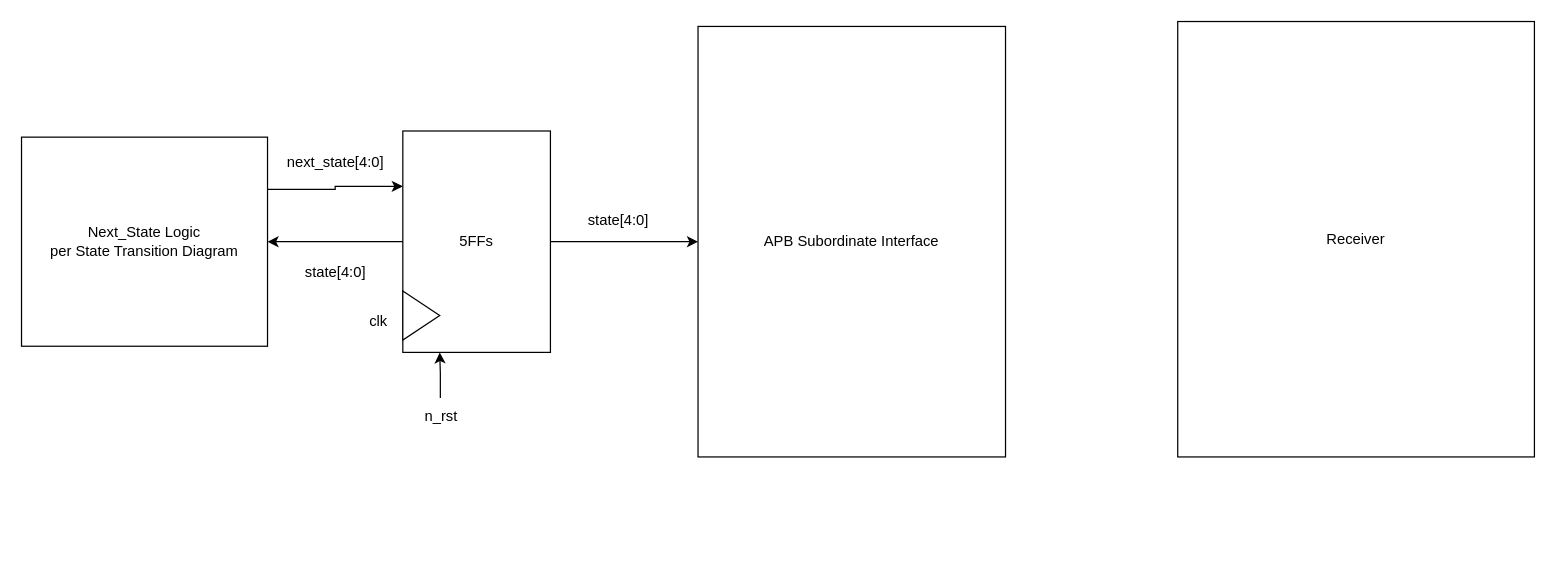
Charvles/ECE337 keeps this draw.io diagram as Lab 8.drawio. Above is the earlier version. Source tidied: cells renumbered, new cells numbered last; positions are measured from the earlier drawing's top-left corner, leaving out a move shared by most shapes. Both pictures are drawn from the tidied source at 123%, with x=0, y=0 at pixel (21, 21).
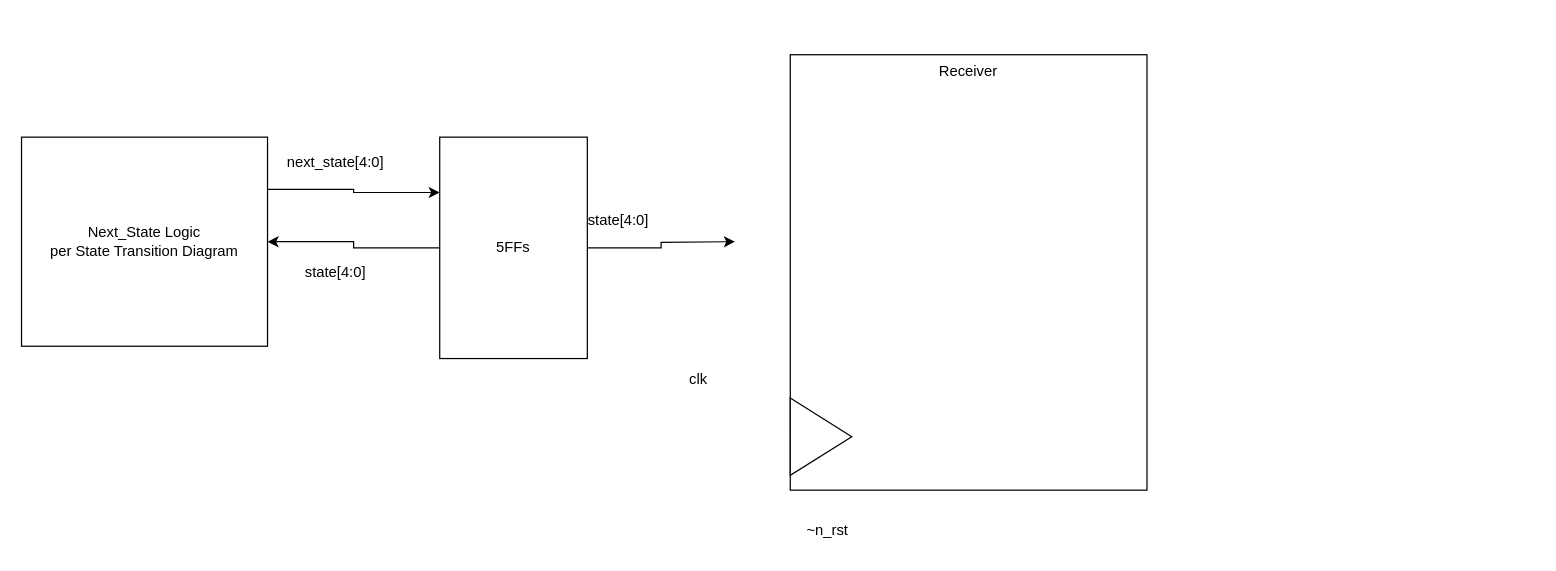
The same page after the edit.

What changed in the source:
```diff
@@
 <mxGraphModel>
   <root>
     <mxCell id="0" />
     <mxCell id="1" parent="0" />
-    <mxCell id="2" style="group;verticalAlign=bottom;align=right;labelPosition=center;verticalLabelPosition=top;" parent="1" vertex="1">
-      <mxGeometry x="550" y="4" width="250" height="350" as="geometry" />
-    </mxCell>
-    <mxCell id="3" value="APB Subordinate Interface" style="rounded=0;whiteSpace=wrap;html=1;" parent="2" vertex="1">
-      <mxGeometry width="250" height="350" as="geometry" />
-    </mxCell>
     <mxCell id="4" value="clk" style="text;html=1;align=center;verticalAlign=middle;strokeColor=none;fillColor=none;" parent="1" vertex="1">
-      <mxGeometry x="270" y="229" width="40" height="30" as="geometry" />
+      <mxGeometry x="530" y="276" width="40" height="30" as="geometry" />
     </mxCell>
-    <mxCell id="5" style="edgeStyle=orthogonalEdgeStyle;rounded=0;jettySize=auto;html=1;entryX=0.25;entryY=1;entryDx=0;entryDy=0;" parent="1" edge="1" source="6" target="13">
-      <mxGeometry relative="1" as="geometry" />
-    </mxCell>
-    <mxCell id="6" value="n_rst" style="text;html=1;align=center;verticalAlign=middle;points=[];strokeColor=none;fillColor=none;" parent="1" vertex="1">
-      <mxGeometry x="315.5" y="306" width="50" height="30" as="geometry" />
+    <mxCell id="6" value="~n_rst" style="text;html=1;align=center;verticalAlign=middle;points=[];strokeColor=none;fillColor=none;" parent="1" vertex="1">
+      <mxGeometry x="625" y="399" width="60" height="30" as="geometry" />
     </mxCell>
-    <mxCell id="7" value="&lt;div&gt;Receiver&lt;/div&gt;" style="rounded=0;whiteSpace=wrap;html=1;align=center;verticalAlign=middle;" parent="1" vertex="1">
-      <mxGeometry x="940" width="290" height="354" as="geometry" />
+    <mxCell id="7" value="&lt;div&gt;Receiver&lt;/div&gt;" style="rounded=0;whiteSpace=wrap;html=1;align=center;verticalAlign=top;" parent="1" vertex="1">
+      <mxGeometry x="625" y="27" width="290" height="354" as="geometry" />
     </mxCell>
     <mxCell id="8" style="edgeStyle=orthogonalEdgeStyle;rounded=0;jettySize=auto;html=1;exitX=1;exitY=0.25;exitDx=0;exitDy=0;entryX=0;entryY=0.25;entryDx=0;entryDy=0;" parent="1" edge="1" source="9" target="13">
       <mxGeometry relative="1" as="geometry" />
     </mxCell>
     <mxCell id="9" value="&lt;div&gt;Next_State Logic&lt;/div&gt;&lt;div&gt;per State Transition Diagram&lt;/div&gt;" style="rounded=0;whiteSpace=wrap;html=1;align=center;verticalAlign=middle;" parent="1" vertex="1">
       <mxGeometry y="94" width="200" height="170" as="geometry" />
     </mxCell>
     <mxCell id="10" value="next_state[4:0]" style="text;html=1;align=center;verticalAlign=middle;strokeColor=none;fillColor=none;" parent="1" vertex="1">
       <mxGeometry x="205" y="100" width="100" height="30" as="geometry" />
     </mxCell>
     <mxCell id="11" value="state[4:0]" style="text;html=1;align=center;verticalAlign=middle;strokeColor=none;fillColor=none;" parent="1" vertex="1">
       <mxGeometry x="220" y="189" width="70" height="30" as="geometry" />
     </mxCell>
     <mxCell id="12" style="group;" parent="1" vertex="1">
-      <mxGeometry x="310" y="89" width="120" height="180" as="geometry" />
+      <mxGeometry x="340" y="94" width="120" height="180" as="geometry" />
     </mxCell>
     <mxCell id="13" value="5FFs" style="rounded=0;whiteSpace=wrap;html=1;" parent="12" vertex="1">
       <mxGeometry width="120" height="180" as="geometry" />
     </mxCell>
-    <mxCell id="14" style="triangle;whiteSpace=wrap;html=1;" parent="12" vertex="1">
-      <mxGeometry y="130" width="30" height="40" as="geometry" />
-    </mxCell>
     <mxCell id="15" style="edgeStyle=orthogonalEdgeStyle;rounded=0;jettySize=auto;html=1;exitX=0;exitY=0.5;exitDx=0;exitDy=0;entryX=1;entryY=0.5;entryDx=0;entryDy=0;" parent="1" edge="1" source="13" target="9">
       <mxGeometry relative="1" as="geometry" />
     </mxCell>
-    <mxCell id="16" style="edgeStyle=orthogonalEdgeStyle;rounded=0;jettySize=auto;html=1;entryX=0;entryY=0.5;entryDx=0;entryDy=0;" parent="1" edge="1" source="13" target="3">
-      <mxGeometry relative="1" as="geometry" />
+    <mxCell id="16" style="edgeStyle=orthogonalEdgeStyle;rounded=0;jettySize=auto;html=1;entryX=0;entryY=0.5;entryDx=0;entryDy=0;" parent="1" edge="1" source="13">
+      <mxGeometry relative="1" as="geometry">
+        <mxPoint x="580" y="179" as="targetPoint" />
+      </mxGeometry>
     </mxCell>
     <mxCell id="17" value="state[4:0]" style="text;html=1;align=center;verticalAlign=middle;strokeColor=none;fillColor=none;" parent="1" vertex="1">
       <mxGeometry x="450" y="147" width="70" height="30" as="geometry" />
     </mxCell>
+    <mxCell id="14" style="triangle;whiteSpace=wrap;html=1;" parent="1" vertex="1">
+      <mxGeometry x="625" y="306" width="50" height="63" as="geometry" />
+    </mxCell>
   </root>
 </mxGraphModel>
```
